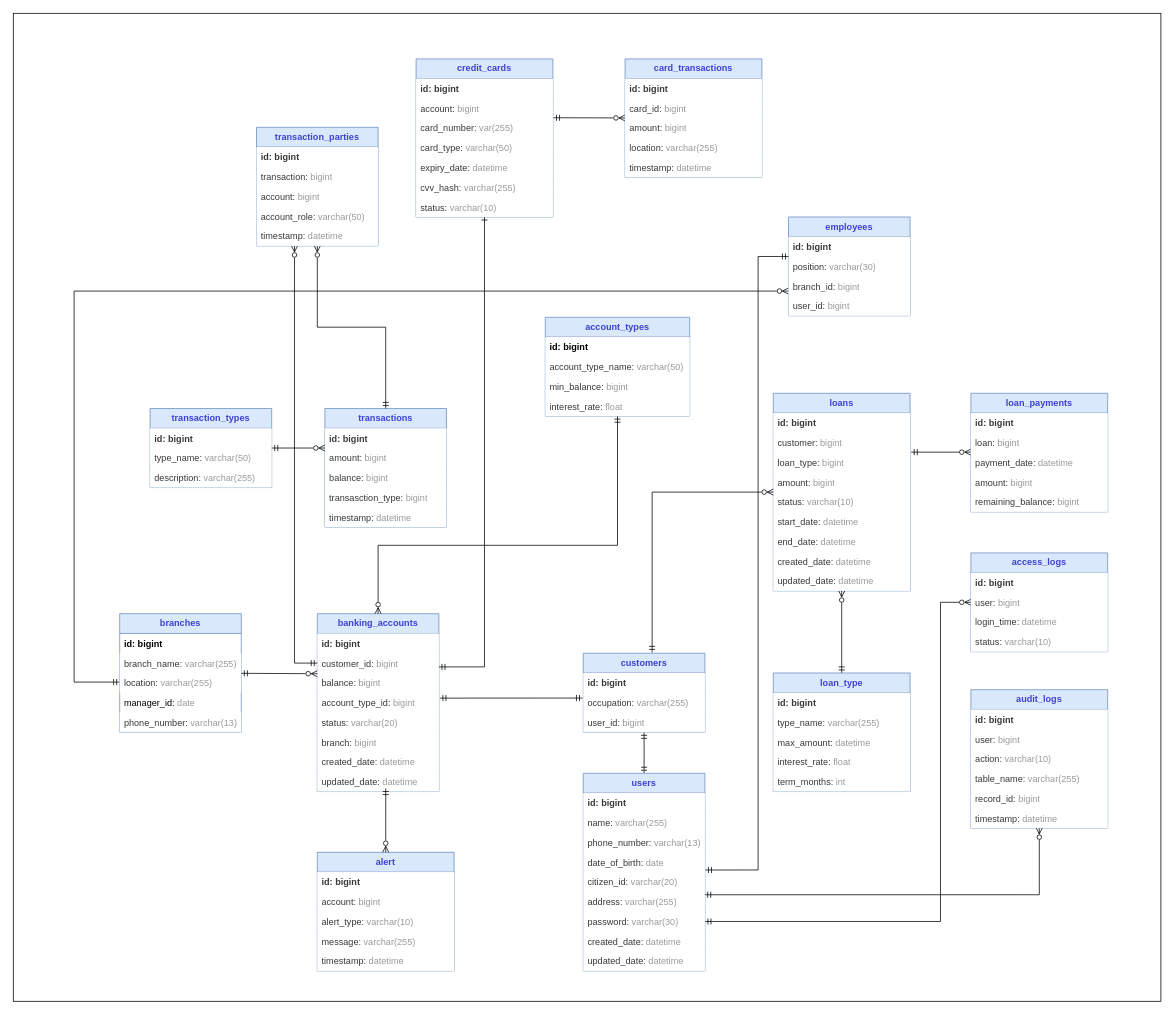
Earlier version of the draw.io diagram banking/database/Banking Diagram.drawio (dhuy00/diagram). Source tidied: cells renumbered, new cells numbered last; positions are measured from the earlier drawing's top-left corner, leaving out a move shared by most shapes. Both pictures are drawn from the tidied source at 76%, with x=0, y=0 at pixel (13, 13).
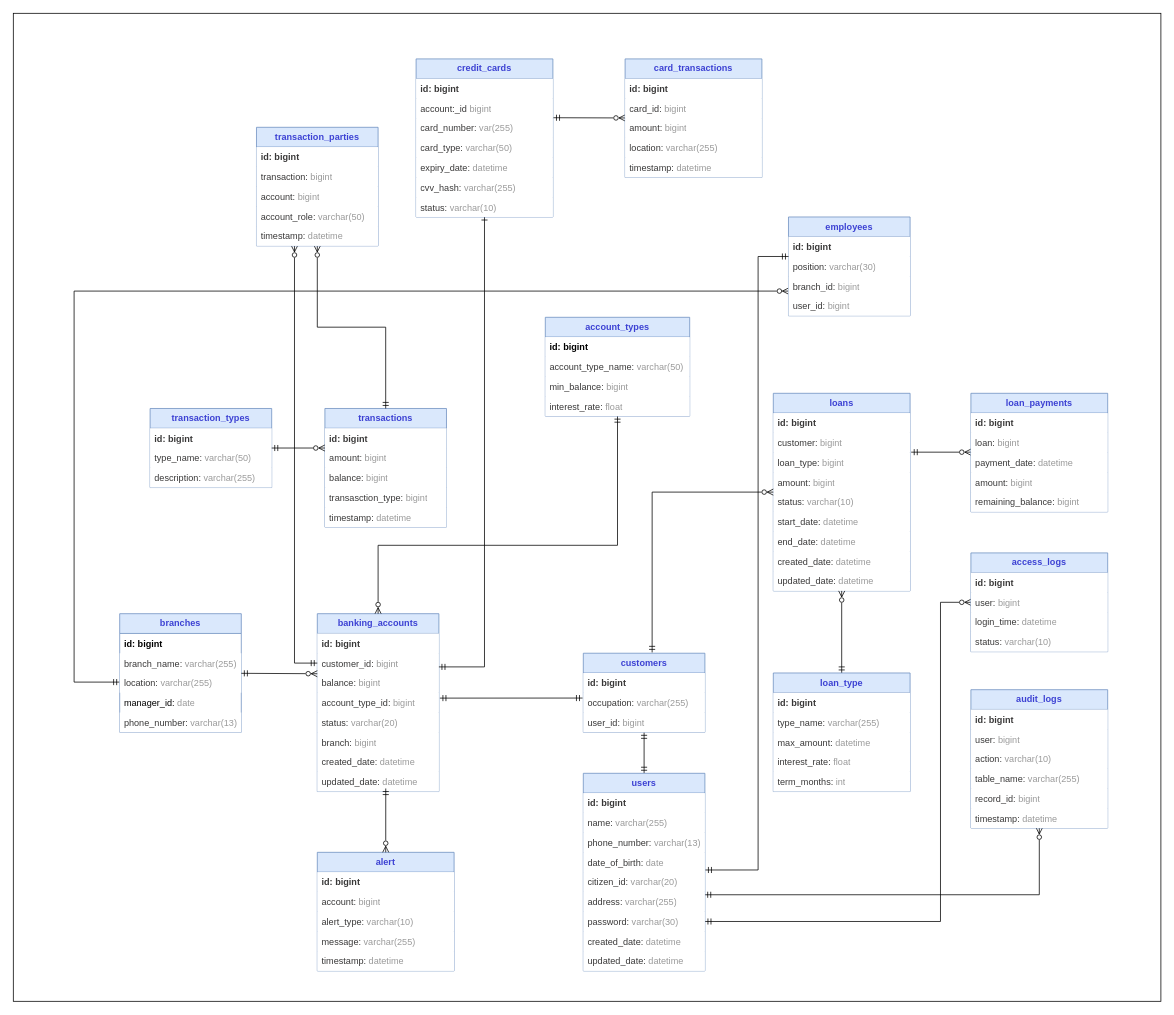
After the change.

Unchanged cells that the change refers to:
```xml
<mxCell id="66" value="credit_cards" style="swimlane;fontStyle=1;horizontal=1;startSize=26;fillColor=#dae8fc;whiteSpace=wrap;html=1;strokeColor=#6c8ebf;fontColor=light-dark(#3c41d3, #ededed);" parent="1" vertex="1">
  <mxGeometry x="530" y="60" width="180" height="208" as="geometry" />
</mxCell>
```

Diff of the diagram source:
```diff
@@
-    <mxCell id="68" value="account: &lt;font style=&quot;color: rgb(153, 153, 153);&quot;&gt;bigint&lt;/font&gt;" style="text;strokeColor=none;fillColor=default;align=left;verticalAlign=top;spacingLeft=4;spacingRight=4;overflow=hidden;whiteSpace=wrap;html=1;fontColor=light-dark(#393838,#EDEDED);" parent="66" vertex="1">
+    <mxCell id="68" value="account:_id&amp;nbsp;&lt;font style=&quot;color: rgb(153, 153, 153);&quot;&gt;bigint&lt;/font&gt;" style="text;strokeColor=none;fillColor=default;align=left;verticalAlign=top;spacingLeft=4;spacingRight=4;overflow=hidden;whiteSpace=wrap;html=1;fontColor=light-dark(#393838,#EDEDED);" parent="66" vertex="1">
       <mxGeometry y="52" width="180" height="26" as="geometry" />
     </mxCell>
```
